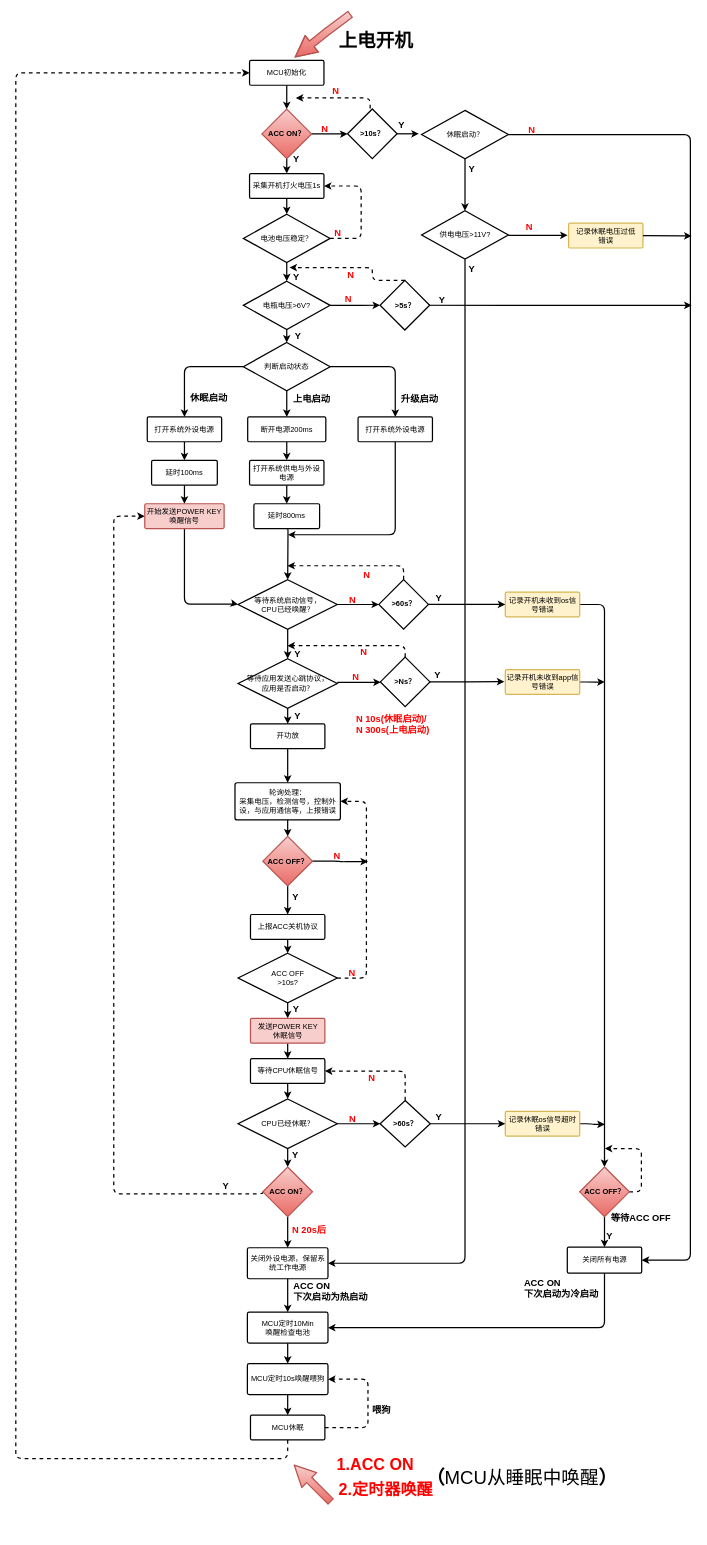
Earlier version of the draw.io diagram 010_mcu_sleep.drawio (yintianlan/Picture_Draw). Source tidied: cells renumbered, new cells numbered last; positions are measured from the earlier drawing's top-left corner, leaving out a move shared by most shapes. Both pictures are drawn from the tidied source at 62%, with x=0, y=0 at pixel (16, 14).
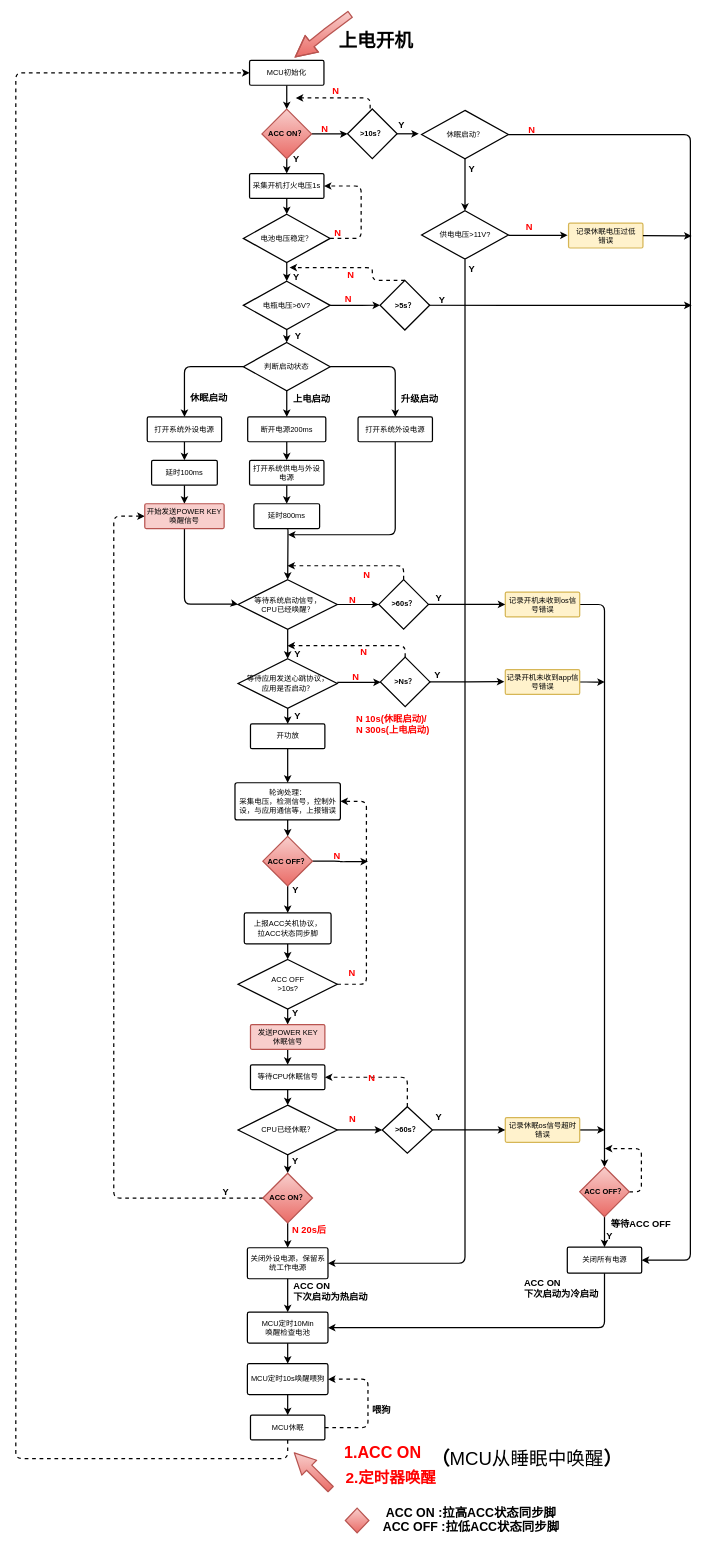
Above is the later version.

Unchanged cells that the change refers to:
```xml
<mxCell id="10" value="电瓶电压&amp;gt;6V?" style="strokeWidth=2;html=1;shape=mxgraph.flowchart.decision;whiteSpace=wrap;fillColor=#ffffff;fontFamily=Helvetica;align=center;strokeColor=#000000;" parent="1" vertex="1">
  <mxGeometry x="367" y="431" width="140" height="78" as="geometry" />
</mxCell>
<mxCell id="80" value="电池电压稳定？" style="strokeWidth=2;html=1;shape=mxgraph.flowchart.decision;whiteSpace=wrap;fillColor=#ffffff;fontFamily=Helvetica;align=center;strokeColor=#000000;" parent="1" vertex="1">
  <mxGeometry x="367" y="323" width="140" height="78" as="geometry" />
</mxCell>
<mxCell id="151" value="开始发送POWER KEY&lt;br&gt;唤醒信号" style="strokeWidth=2;html=1;shape=mxgraph.flowchart.process;whiteSpace=wrap;fillColor=#f8cecc;fontFamily=Helvetica;align=center;strokeColor=#b85450;" parent="1" vertex="1">
  <mxGeometry x="208" y="790" width="128" height="40" as="geometry" />
</mxCell>
```

Diff of the diagram source:
```diff
@@
-    <mxCell id="29" value="上报ACC关机协议" style="strokeWidth=2;html=1;shape=mxgraph.flowchart.process;whiteSpace=wrap;fontFamily=Helvetica;align=center;" parent="1" vertex="1">
-      <mxGeometry x="378.5" y="1452.5" width="120" height="40" as="geometry" />
+    <mxCell id="29" value="上报ACC关机协议，&lt;br&gt;拉ACC状态同步脚" style="strokeWidth=2;html=1;shape=mxgraph.flowchart.process;whiteSpace=wrap;fontFamily=Helvetica;align=center;" parent="1" vertex="1">
+      <mxGeometry x="368.5" y="1450" width="140" height="50" as="geometry" />
     </mxCell>
@@
     <mxCell id="34" value="等待CPU休眠信号" style="strokeWidth=2;html=1;shape=mxgraph.flowchart.process;whiteSpace=wrap;fontFamily=Helvetica;align=center;" parent="1" vertex="1">
-      <mxGeometry x="378.5" y="1685" width="120" height="40" as="geometry" />
+      <mxGeometry x="378.5" y="1695" width="120" height="40" as="geometry" />
     </mxCell>
@@
     <mxCell id="38" style="shape=flexArrow;endArrow=classic;html=1;fillColor=#f8cecc;strokeWidth=2;fontFamily=Helvetica;fontSize=15;strokeColor=#b85450;gradientColor=#ea6b66;width=10.833333333333334;endSize=10.641666666666667;endWidth=20;" parent="1" edge="1">
       <mxGeometry relative="1" as="geometry">
-        <mxPoint x="508.5" y="2400" as="sourcePoint" />
-        <mxPoint x="448.5" y="2340" as="targetPoint" />
+        <mxPoint x="508.5" y="2380" as="sourcePoint" />
+        <mxPoint x="448.5" y="2320" as="targetPoint" />
       </mxGeometry>
     </mxCell>
@@
     <mxCell id="45" value="&lt;span&gt;发送POWER KEY&lt;br&gt;休眠信号&lt;br&gt;&lt;/span&gt;" style="strokeWidth=2;html=1;shape=mxgraph.flowchart.process;whiteSpace=wrap;fillColor=#f8cecc;fontFamily=Helvetica;align=center;strokeColor=#b85450;" parent="1" vertex="1">
-      <mxGeometry x="378.5" y="1620" width="120" height="40" as="geometry" />
+      <mxGeometry x="378.5" y="1630" width="120" height="40" as="geometry" />
     </mxCell>
@@
     <mxCell id="52" value="ACC OFF&lt;br&gt;&amp;gt;10s?&lt;br&gt;" style="strokeWidth=2;html=1;shape=mxgraph.flowchart.decision;whiteSpace=wrap;fillColor=#ffffff;fontFamily=Helvetica;align=center;strokeColor=#000000;" parent="1" vertex="1">
-      <mxGeometry x="358.5" y="1515" width="160" height="80" as="geometry" />
+      <mxGeometry x="358.5" y="1525" width="160" height="80" as="geometry" />
     </mxCell>
@@
-    <mxCell id="56" style="edgeStyle=orthogonalEdgeStyle;rounded=1;jettySize=auto;html=1;exitX=1;exitY=0.5;exitDx=0;exitDy=0;exitPerimeter=0;strokeWidth=2;" parent="1" edge="1" source="57">
-      <mxGeometry relative="1" as="geometry">
-        <mxPoint x="588" y="1790" as="targetPoint" />
-      </mxGeometry>
+    <mxCell id="56" style="edgeStyle=orthogonalEdgeStyle;rounded=1;jettySize=auto;html=1;exitX=1;exitY=0.5;exitDx=0;exitDy=0;exitPerimeter=0;strokeWidth=2;entryX=0;entryY=0.5;entryDx=0;entryDy=0;" parent="1" edge="1" source="57" target="134">
+      <mxGeometry relative="1" as="geometry" />
     </mxCell>
     <mxCell id="57" value="CPU已经休眠？&lt;br&gt;" style="strokeWidth=2;html=1;shape=mxgraph.flowchart.decision;whiteSpace=wrap;fillColor=#ffffff;fontFamily=Helvetica;align=center;strokeColor=#000000;" parent="1" vertex="1">
-      <mxGeometry x="358.5" y="1750" width="160" height="80" as="geometry" />
+      <mxGeometry x="358.5" y="1760" width="160" height="80" as="geometry" />
     </mxCell>
     <mxCell id="58" value="Y" style="text;html=1;strokeColor=none;fillColor=none;align=center;verticalAlign=middle;whiteSpace=wrap;rounded=0;labelBackgroundColor=none;fontFamily=Helvetica;fontSize=15;fontStyle=1;" parent="1" vertex="1">
-      <mxGeometry x="430.5" y="1830" width="40" height="20" as="geometry" />
+      <mxGeometry x="430.5" y="1840" width="40" height="20" as="geometry" />
     </mxCell>
@@
     <mxCell id="61" style="edgeStyle=orthogonalEdgeStyle;rounded=1;jettySize=auto;html=1;strokeWidth=2;dashed=1;exitX=0;exitY=0.5;exitDx=0;exitDy=0;entryX=0;entryY=0.5;entryDx=0;entryDy=0;entryPerimeter=0;" parent="1" edge="1" source="62" target="151">
       <mxGeometry relative="1" as="geometry">
         <Array as="points">
-          <mxPoint x="158" y="1903" />
+          <mxPoint x="158" y="1910" />
           <mxPoint x="158" y="810" />
         </Array>
       </mxGeometry>
     </mxCell>
     <mxCell id="62" value="&lt;b&gt;ACC ON？&lt;/b&gt;" style="rhombus;whiteSpace=wrap;html=1;strokeWidth=2;fillColor=#f8cecc;fontFamily=Helvetica;align=center;strokeColor=#b85450;gradientColor=#ea6b66;" parent="1" vertex="1">
-      <mxGeometry x="398.5" y="1859.8" width="80" height="80" as="geometry" />
+      <mxGeometry x="398.5" y="1869.8" width="80" height="80" as="geometry" />
     </mxCell>
     <mxCell id="63" value="Y" style="text;html=1;strokeColor=none;fillColor=none;align=center;verticalAlign=middle;whiteSpace=wrap;rounded=0;labelBackgroundColor=none;fontFamily=Helvetica;fontSize=15;fontStyle=1;" parent="1" vertex="1">
-      <mxGeometry x="432" y="1595" width="40" height="20" as="geometry" />
+      <mxGeometry x="430.5" y="1600" width="40" height="20" as="geometry" />
     </mxCell>
     <mxCell id="64" value="Y" style="text;html=1;align=center;verticalAlign=middle;spacingTop=-4;fontFamily=Helvetica;labelPosition=center;verticalLabelPosition=middle;strokeWidth=2;fontSize=15;fontStyle=1;" parent="1" vertex="1">
-      <mxGeometry x="440.5" y="1420" width="20" height="10" as="geometry" />
+      <mxGeometry x="440.5" y="1410" width="20" height="10" as="geometry" />
     </mxCell>
@@
     <mxCell id="79" style="edgeStyle=orthogonalEdgeStyle;rounded=0;jettySize=auto;html=1;strokeWidth=2;exitX=0.5;exitY=1;exitDx=0;exitDy=0;exitPerimeter=0;" parent="1" edge="1" source="80" target="10">
-      <mxGeometry relative="1" as="geometry" />
+      <mxGeometry relative="1" as="geometry">
+        <Array as="points">
+          <mxPoint x="437" y="401" />
+          <mxPoint x="437" y="401" />
+        </Array>
+      </mxGeometry>
     </mxCell>
@@
     <mxCell id="88" value="Y" style="text;html=1;strokeColor=none;fillColor=none;align=center;verticalAlign=middle;whiteSpace=wrap;rounded=0;labelBackgroundColor=none;fontFamily=Helvetica;fontSize=15;fontStyle=1;" parent="1" vertex="1">
-      <mxGeometry x="318.5" y="1880" width="40" height="20" as="geometry" />
+      <mxGeometry x="318.5" y="1890" width="40" height="20" as="geometry" />
     </mxCell>
@@
     <mxCell id="93" value="&lt;font style=&quot;font-size: 26px&quot; color=&quot;#ff0000&quot;&gt;&lt;b&gt;1.ACC ON&lt;/b&gt;&lt;/font&gt;" style="text;html=1;strokeColor=none;fillColor=none;align=center;verticalAlign=middle;whiteSpace=wrap;rounded=0;" parent="1" vertex="1">
-      <mxGeometry x="505" y="2330" width="150" height="20" as="geometry" />
+      <mxGeometry x="516.5" y="2310" width="150" height="20" as="geometry" />
     </mxCell>
@@
     <mxCell id="95" value="&lt;font style=&quot;font-size: 30px&quot;&gt;&lt;b&gt;（&lt;/b&gt;MCU从睡眠中唤醒&lt;b&gt;）&lt;/b&gt;&lt;/font&gt;" style="text;html=1;align=left;verticalAlign=top;spacingTop=-4;fontSize=15;fontFamily=Helvetica;" parent="1" vertex="1">
-      <mxGeometry x="659.5" y="2340" width="330" height="20" as="geometry" />
+      <mxGeometry x="668" y="2310" width="330" height="20" as="geometry" />
     </mxCell>
@@
     <mxCell id="100" style="edgeStyle=orthogonalEdgeStyle;rounded=1;jettySize=auto;html=1;exitX=1;exitY=0.5;exitDx=0;exitDy=0;exitPerimeter=0;strokeWidth=2;" parent="1" edge="1" source="101">
       <mxGeometry relative="1" as="geometry">
-        <mxPoint x="950" y="1791" as="targetPoint" />
+        <mxPoint x="950" y="1800" as="targetPoint" />
         <Array as="points">
-          <mxPoint x="930" y="1791" />
+          <mxPoint x="940" y="1800" />
+          <mxPoint x="940" y="1800" />
         </Array>
       </mxGeometry>
     </mxCell>
     <mxCell id="101" value="记录休眠os信号超时错误" style="strokeWidth=2;html=1;shape=mxgraph.flowchart.process;whiteSpace=wrap;fillColor=#fff2cc;fontFamily=Helvetica;align=center;strokeColor=#d6b656;" parent="1" vertex="1">
-      <mxGeometry x="789.5" y="1770" width="120" height="40" as="geometry" />
+      <mxGeometry x="789.5" y="1780" width="120" height="40" as="geometry" />
     </mxCell>
@@
-    <mxCell id="116" value="&lt;font style=&quot;font-size: 26px&quot; color=&quot;#ff0000&quot;&gt;&lt;b&gt;2.定时器唤醒&lt;br&gt;&lt;/b&gt;&lt;/font&gt;" style="text;html=1;strokeColor=none;fillColor=none;align=center;verticalAlign=middle;whiteSpace=wrap;rounded=0;" parent="1" vertex="1">
-      <mxGeometry x="492" y="2370" width="210" height="20" as="geometry" />
+    <mxCell id="116" value="&lt;font color=&quot;#ff0000&quot;&gt;&lt;b&gt;&lt;font style=&quot;font-size: 25px&quot;&gt;2.定时器唤醒&lt;/font&gt;&lt;br&gt;&lt;/b&gt;&lt;/font&gt;" style="text;html=1;strokeColor=none;fillColor=none;align=center;verticalAlign=middle;whiteSpace=wrap;rounded=0;" parent="1" vertex="1">
+      <mxGeometry x="500" y="2350" width="210" height="20" as="geometry" />
     </mxCell>
@@
     <mxCell id="118" value="&lt;b&gt;&lt;font style=&quot;font-size: 15px&quot;&gt;等待ACC OFF&lt;/font&gt;&lt;/b&gt;" style="text;html=1;align=left;verticalAlign=top;spacingTop=-4;" parent="1" vertex="1">
-      <mxGeometry x="958" y="1930" width="110" height="20" as="geometry" />
+      <mxGeometry x="958" y="1940" width="110" height="20" as="geometry" />
     </mxCell>
@@
     <mxCell id="132" style="edgeStyle=orthogonalEdgeStyle;rounded=1;jettySize=auto;html=1;exitX=0.5;exitY=0;exitDx=0;exitDy=0;strokeWidth=2;dashed=1;entryX=1;entryY=0.5;entryDx=0;entryDy=0;entryPerimeter=0;" parent="1" edge="1" source="134" target="34">
       <mxGeometry relative="1" as="geometry">
         <Array as="points">
-          <mxPoint x="628" y="1705" />
+          <mxPoint x="632" y="1715" />
         </Array>
       </mxGeometry>
     </mxCell>
@@
     <mxCell id="134" value="&lt;b&gt;&amp;gt;60s？&lt;/b&gt;" style="rhombus;whiteSpace=wrap;html=1;strokeWidth=2;fontFamily=Helvetica;align=center;" parent="1" vertex="1">
-      <mxGeometry x="587.5" y="1752.5" width="81" height="75" as="geometry" />
+      <mxGeometry x="591" y="1762.5" width="81" height="75" as="geometry" />
     </mxCell>
@@
+    <mxCell id="152" value="&lt;font style=&quot;font-size: 20px&quot;&gt;ACC ON :拉高ACC状态同步脚&lt;br&gt;ACC OFF :拉低ACC状态同步脚&lt;/font&gt;" style="text;html=1;align=center;verticalAlign=middle;spacingTop=-4;fontFamily=Helvetica;labelPosition=center;verticalLabelPosition=middle;strokeWidth=2;fontSize=15;fontStyle=1;" parent="1" vertex="1">
+      <mxGeometry x="583.5" y="2410" width="300" height="40" as="geometry" />
+    </mxCell>
+    <mxCell id="153" style="rhombus;whiteSpace=wrap;html=1;strokeWidth=2;fillColor=#f8cecc;fontFamily=Helvetica;align=center;strokeColor=#b85450;gradientColor=#ea6b66;" parent="1" vertex="1">
+      <mxGeometry x="531.5" y="2410" width="38" height="40" as="geometry" />
+    </mxCell>
```
